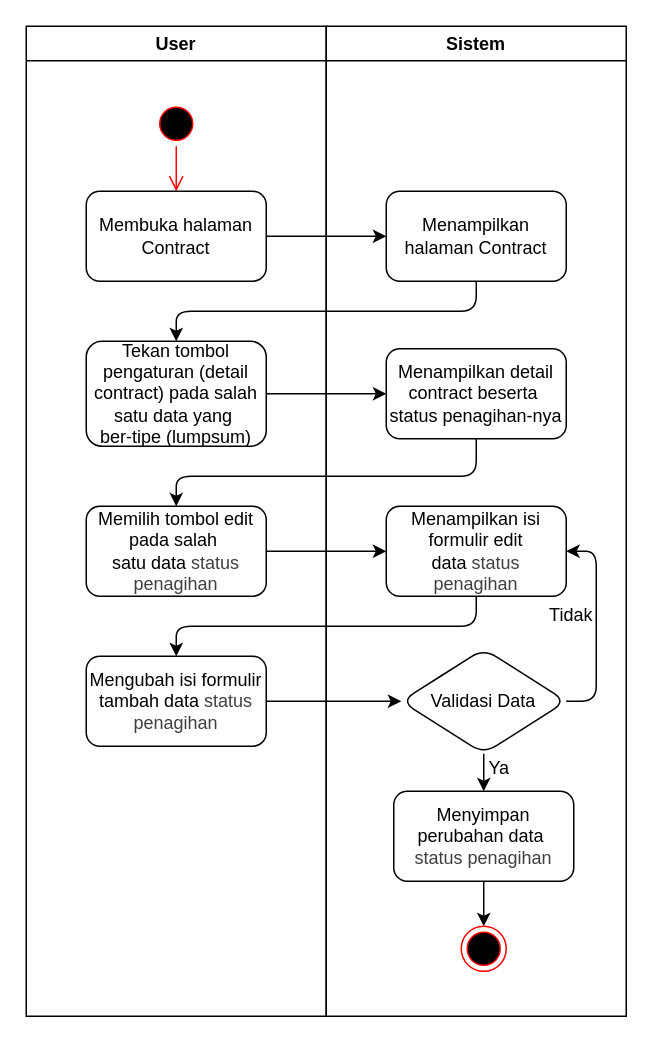
This is contract/editstatuspenagihan.drawio from rismanrhz/idms, a draw.io file, before an edit. Source tidied: cells renumbered, new cells numbered last; positions are measured from the earlier drawing's top-left corner, leaving out a move shared by most shapes. Both pictures are drawn from the tidied source at 150%, with x=0, y=0 at pixel (26, 26).
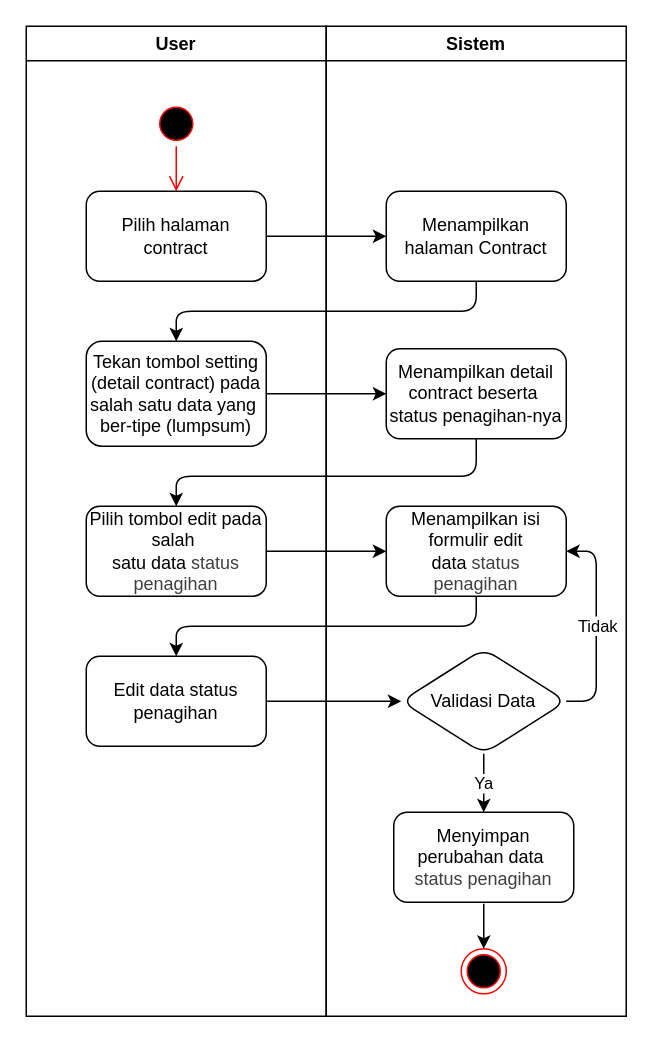
After the change.

The change refers to these unchanged cells:
```xml
<mxCell id="2" value="User" style="swimlane;whiteSpace=wrap;html=1;" parent="1" vertex="1">
  <mxGeometry width="200" height="660" as="geometry" />
</mxCell>
<mxCell id="9" value="Sistem" style="swimlane;whiteSpace=wrap;html=1;" parent="1" vertex="1">
  <mxGeometry x="200" width="200" height="660" as="geometry" />
</mxCell>
<mxCell id="13" style="edgeStyle=none;html=1;entryX=1;entryY=0.5;entryDx=0;entryDy=0;" parent="9" edge="1" source="15" target="12">
  <mxGeometry relative="1" as="geometry">
    <Array as="points">
      <mxPoint x="180" y="450" />
      <mxPoint x="180" y="350" />
    </Array>
  </mxGeometry>
</mxCell>
<mxCell id="15" value="Validasi Data" style="rhombus;whiteSpace=wrap;html=1;rounded=1;" parent="9" vertex="1">
  <mxGeometry x="50" y="415" width="110" height="70" as="geometry" />
</mxCell>
```

Change to the diagram source:
```diff
@@
-    <mxCell id="4" value="Membuka halaman Contract" style="rounded=1;whiteSpace=wrap;html=1;" parent="2" vertex="1">
+    <mxCell id="4" value="Pilih halaman contract" style="rounded=1;whiteSpace=wrap;html=1;" parent="2" vertex="1">
       <mxGeometry x="40" y="110" width="120" height="60" as="geometry" />
     </mxCell>
@@
-    <mxCell id="6" value="Tekan tombol pengaturan (detail contract) pada salah satu data yang&amp;nbsp;&lt;div&gt;ber-tipe (lumpsum)&lt;/div&gt;" style="rounded=1;whiteSpace=wrap;html=1;" parent="2" vertex="1">
+    <mxCell id="6" value="Tekan tombol setting (detail contract) pada salah satu data yang&amp;nbsp;&lt;div&gt;ber-tipe (lumpsum)&lt;/div&gt;" style="rounded=1;whiteSpace=wrap;html=1;" parent="2" vertex="1">
       <mxGeometry x="40" y="210" width="120" height="70" as="geometry" />
     </mxCell>
-    <mxCell id="7" value="Memilih tombol edit pada salah&amp;nbsp;&lt;div&gt;satu data&amp;nbsp;&lt;span style=&quot;color: rgb(63, 63, 63);&quot;&gt;status penagihan&lt;/span&gt;&lt;/div&gt;" style="rounded=1;whiteSpace=wrap;html=1;" parent="2" vertex="1">
+    <mxCell id="7" value="Pilih tombol edit pada salah&amp;nbsp;&lt;div&gt;satu data&amp;nbsp;&lt;span style=&quot;color: rgb(63, 63, 63);&quot;&gt;status penagihan&lt;/span&gt;&lt;/div&gt;" style="rounded=1;whiteSpace=wrap;html=1;" parent="2" vertex="1">
       <mxGeometry x="40" y="320" width="120" height="60" as="geometry" />
     </mxCell>
-    <mxCell id="8" value="Mengubah isi formulir tambah data&amp;nbsp;&lt;span style=&quot;color: rgb(63, 63, 63);&quot;&gt;status penagihan&lt;/span&gt;" style="rounded=1;whiteSpace=wrap;html=1;" parent="2" vertex="1">
+    <mxCell id="8" value="Edit data status penagihan" style="rounded=1;whiteSpace=wrap;html=1;" parent="2" vertex="1">
       <mxGeometry x="40" y="420" width="120" height="60" as="geometry" />
     </mxCell>
@@
+    <mxCell id="27" value="Tidak" style="edgeLabel;html=1;align=center;verticalAlign=middle;" parent="13" vertex="1">
+      <mxGeometry x="0.01" relative="1" as="geometry" />
+    </mxCell>
-    <mxCell id="14" style="edgeStyle=none;html=1;" parent="9" edge="1" source="15" target="17">
+    <mxCell id="14" value="Ya" style="edgeStyle=none;html=1;" parent="9" edge="1" source="15" target="17">
       <mxGeometry relative="1" as="geometry" />
     </mxCell>
@@
-    <mxCell id="16" style="edgeStyle=none;html=1;" parent="9" edge="1" source="17" target="19">
-      <mxGeometry relative="1" as="geometry" />
+    <mxCell id="16" style="edgeStyle=none;html=1;" parent="9" edge="1" target="19">
+      <mxGeometry relative="1" as="geometry">
+        <mxPoint x="105" y="585" as="sourcePoint" />
+      </mxGeometry>
     </mxCell>
     <mxCell id="17" value="Menyimpan perubahan data&amp;nbsp;&lt;div&gt;&lt;span style=&quot;color: rgb(63, 63, 63);&quot;&gt;status penagihan&lt;/span&gt;&lt;/div&gt;" style="rounded=1;whiteSpace=wrap;html=1;" parent="9" vertex="1">
-      <mxGeometry x="45" y="510" width="120" height="60" as="geometry" />
+      <mxGeometry x="45" y="524" width="120" height="60" as="geometry" />
     </mxCell>
-    <mxCell id="18" value="Ya" style="text;html=1;align=center;verticalAlign=middle;strokeColor=none;fillColor=none;" parent="9" vertex="1">
-      <mxGeometry x="95" y="480" width="40" height="30" as="geometry" />
-    </mxCell>
     <mxCell id="19" style="ellipse;html=1;shape=endState;fillColor=#000000;strokeColor=#ff0000;" parent="9" vertex="1">
-      <mxGeometry x="90" y="600" width="30" height="30" as="geometry" />
+      <mxGeometry x="90" y="615" width="30" height="30" as="geometry" />
     </mxCell>
@@
-    <mxCell id="27" value="Tidak" style="text;html=1;align=center;verticalAlign=middle;strokeColor=none;fillColor=none;" parent="1" vertex="1">
-      <mxGeometry x="338" y="378" width="50" height="30" as="geometry" />
-    </mxCell>
```
